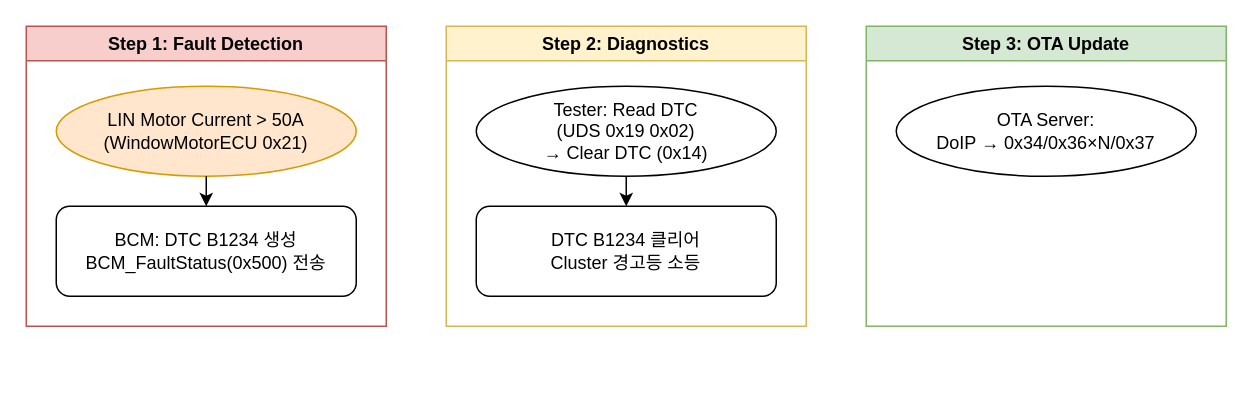
Before: page "3. Process Flow" (3 of 4) of docs/sample/02_Make_Diagrams.drawio in VectorCANoe/canoe-driving-alert, a draw.io diagram. Source tidied: cells renumbered, new cells numbered last; positions are measured from the earlier drawing's top-left corner, leaving out a move shared by most shapes. Both pictures are drawn from the tidied source at 150%, with x=0, y=0 at pixel (26, 26).
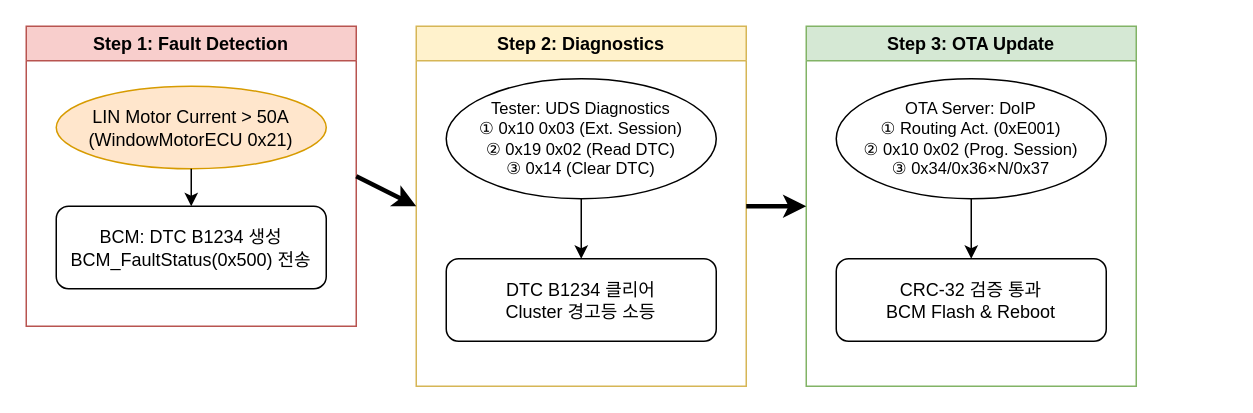
Above is the later version.

What changed in the source:
```diff
@@
 <mxGraphModel>
   <root>
     <mxCell id="0" />
     <mxCell id="1" parent="0" />
     <mxCell id="2" value="Step 1: Fault Detection" style="swimlane;whiteSpace=wrap;html=1;startSize=23;fillColor=#f8cecc;strokeColor=#b85450;fontStyle=1;" parent="1" vertex="1">
-      <mxGeometry width="240" height="200" as="geometry" />
+      <mxGeometry width="220" height="200" as="geometry" />
     </mxCell>
     <mxCell id="3" value="LIN Motor Current &gt; 50A&#10;(WindowMotorECU 0x21)" style="ellipse;whiteSpace=wrap;html=1;fillColor=#ffe6cc;strokeColor=#d79b00;" parent="2" vertex="1">
-      <mxGeometry x="20" y="40" width="200" height="60" as="geometry" />
+      <mxGeometry x="20" y="40" width="180" height="55" as="geometry" />
     </mxCell>
     <mxCell id="4" value="BCM: DTC B1234 생성&#10;BCM_FaultStatus(0x500) 전송" style="rounded=1;whiteSpace=wrap;html=1;fillColor=#ffffff;" parent="2" vertex="1">
-      <mxGeometry x="20" y="120" width="200" height="60" as="geometry" />
+      <mxGeometry x="20" y="120" width="180" height="55" as="geometry" />
     </mxCell>
     <mxCell id="5" style="endArrow=classic;html=1;exitX=0.5;exitY=1;exitDx=0;exitDy=0;entryX=0.5;entryY=0;entryDx=0;entryDy=0;" parent="2" edge="1" source="3" target="4">
       <mxGeometry relative="1" as="geometry" />
     </mxCell>
     <mxCell id="6" value="Step 2: Diagnostics" style="swimlane;whiteSpace=wrap;html=1;startSize=23;fillColor=#fff2cc;strokeColor=#d6b656;fontStyle=1;" parent="1" vertex="1">
-      <mxGeometry x="280" width="240" height="200" as="geometry" />
+      <mxGeometry x="260" width="220" height="240" as="geometry" />
     </mxCell>
-    <mxCell id="7" value="Tester: Read DTC&#10;(UDS 0x19 0x02)&#10;→ Clear DTC (0x14)" style="ellipse;whiteSpace=wrap;html=1;fillColor=#ffffff;" parent="6" vertex="1">
-      <mxGeometry x="20" y="40" width="200" height="60" as="geometry" />
+    <mxCell id="7" value="Tester: UDS Diagnostics&#10;① 0x10 0x03 (Ext. Session)&#10;② 0x19 0x02 (Read DTC)&#10;③ 0x14 (Clear DTC)" style="ellipse;whiteSpace=wrap;html=1;fillColor=#ffffff;fontSize=11;" parent="6" vertex="1">
+      <mxGeometry x="20" y="35" width="180" height="80" as="geometry" />
     </mxCell>
     <mxCell id="8" value="DTC B1234 클리어&#10;Cluster 경고등 소등" style="rounded=1;whiteSpace=wrap;html=1;fillColor=#ffffff;" parent="6" vertex="1">
-      <mxGeometry x="20" y="120" width="200" height="60" as="geometry" />
+      <mxGeometry x="20" y="155" width="180" height="55" as="geometry" />
     </mxCell>
     <mxCell id="9" style="endArrow=classic;html=1;exitX=0.5;exitY=1;exitDx=0;exitDy=0;entryX=0.5;entryY=0;entryDx=0;entryDy=0;" parent="6" edge="1" source="7" target="8">
       <mxGeometry relative="1" as="geometry" />
     </mxCell>
     <mxCell id="10" value="Step 3: OTA Update" style="swimlane;whiteSpace=wrap;html=1;startSize=23;fillColor=#d5e8d4;strokeColor=#82b366;fontStyle=1;" parent="1" vertex="1">
-      <mxGeometry x="560" width="240" height="200" as="geometry" />
+      <mxGeometry x="520" width="220" height="240" as="geometry" />
     </mxCell>
-    <mxCell id="11" value="OTA Server:&#10;DoIP → 0x34/0x36×N/0x37" style="ellipse;whiteSpace=wrap;html=1;fillColor=#ffffff;" parent="10" vertex="1">
-      <mxGeometry x="20" y="40" width="200" height="60" as="geometry" />
+    <mxCell id="11" value="OTA Server: DoIP&#10;① Routing Act. (0xE001)&#10;② 0x10 0x02 (Prog. Session)&#10;③ 0x34/0x36×N/0x37" style="ellipse;whiteSpace=wrap;html=1;fillColor=#ffffff;fontSize=11;" parent="10" vertex="1">
+      <mxGeometry x="20" y="35" width="180" height="80" as="geometry" />
     </mxCell>
+    <mxCell id="12" value="CRC-32 검증 통과&#10;BCM Flash &amp; Reboot" style="rounded=1;whiteSpace=wrap;html=1;fillColor=#ffffff;" parent="10" vertex="1">
+      <mxGeometry x="20" y="155" width="180" height="55" as="geometry" />
+    </mxCell>
+    <mxCell id="13" style="endArrow=classic;html=1;exitX=0.5;exitY=1;exitDx=0;exitDy=0;entryX=0.5;entryY=0;entryDx=0;entryDy=0;" parent="10" edge="1" source="11" target="12">
+      <mxGeometry relative="1" as="geometry" />
+    </mxCell>
+    <mxCell id="14" style="endArrow=classic;html=1;exitX=1;exitY=0.5;exitDx=0;exitDy=0;entryX=0;entryY=0.5;entryDx=0;entryDy=0;strokeWidth=3;" parent="1" edge="1" source="2" target="6">
+      <mxGeometry relative="1" as="geometry" />
+    </mxCell>
+    <mxCell id="15" style="endArrow=classic;html=1;exitX=1;exitY=0.5;exitDx=0;exitDy=0;entryX=0;entryY=0.5;entryDx=0;entryDy=0;strokeWidth=3;" parent="1" edge="1" source="6" target="10">
+      <mxGeometry relative="1" as="geometry" />
+    </mxCell>
   </root>
 </mxGraphModel>
```
